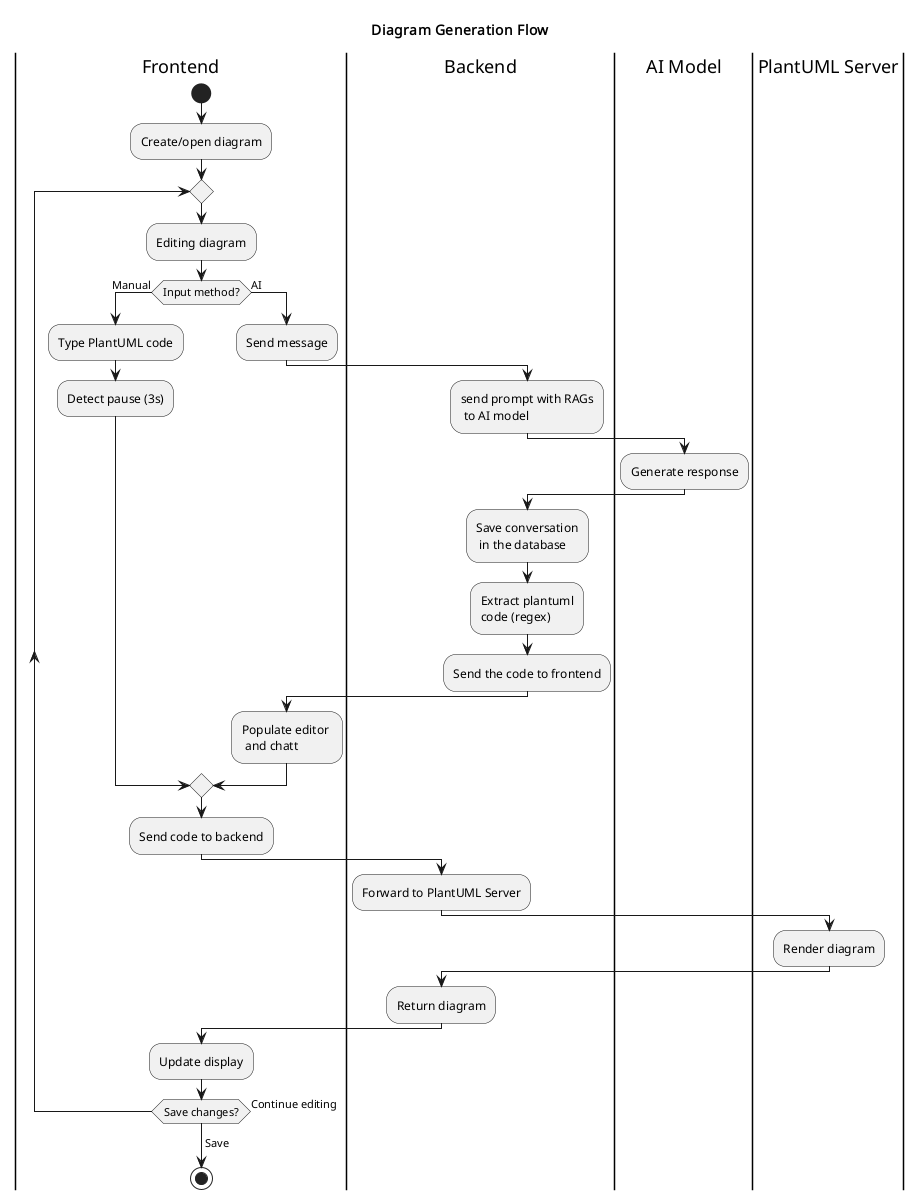
Above: conception/SprintIV/Activity_diagrams/edit_diagams.png in souhaib-askri/report_pfe (PlantUML), before the change. Its source is kept beside it as conception/SprintIV/Activity_diagrams/edit_diagams.puml.
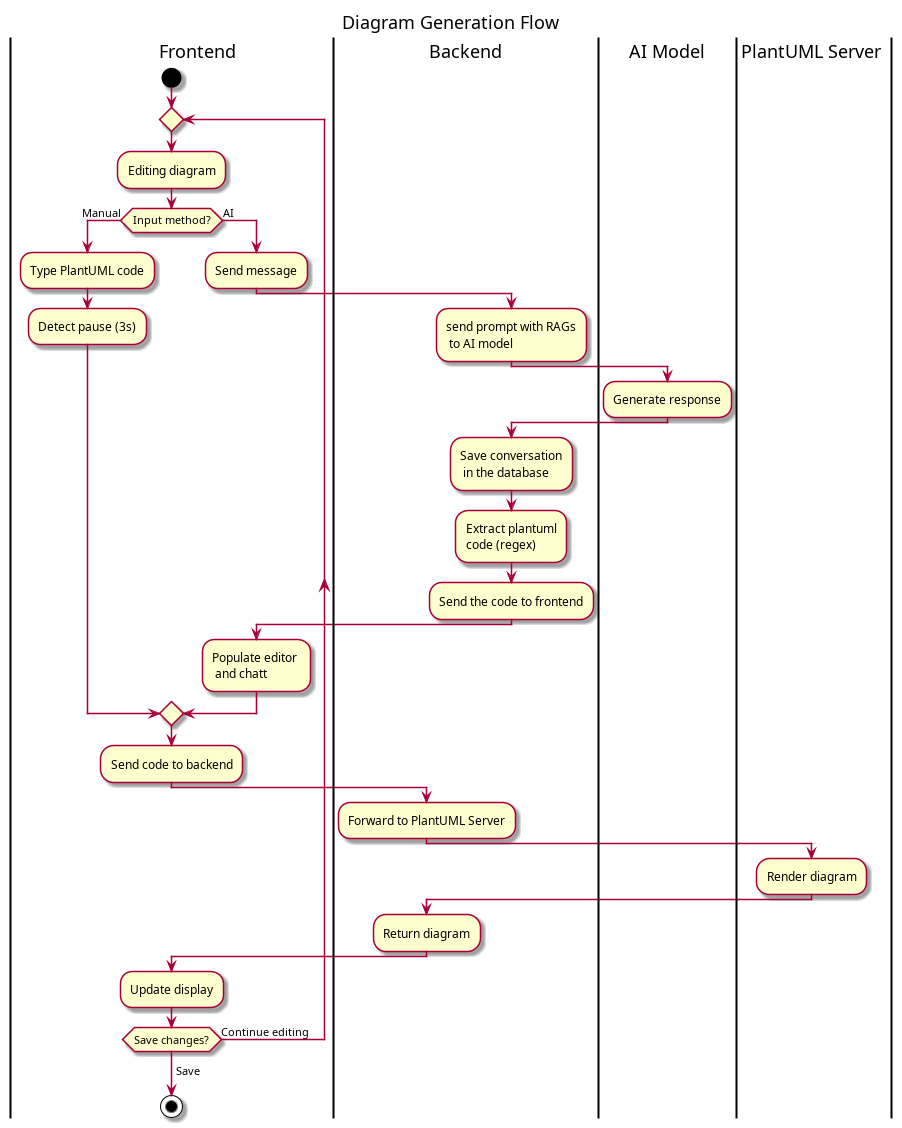
Later version of the same file.

The edit, as a diff of the source:
```diff
@@ -3,7 +3,6 @@
 
 |Frontend|
 start
-:Create/open diagram;
 
 repeat
   :Editing diagram;
```
